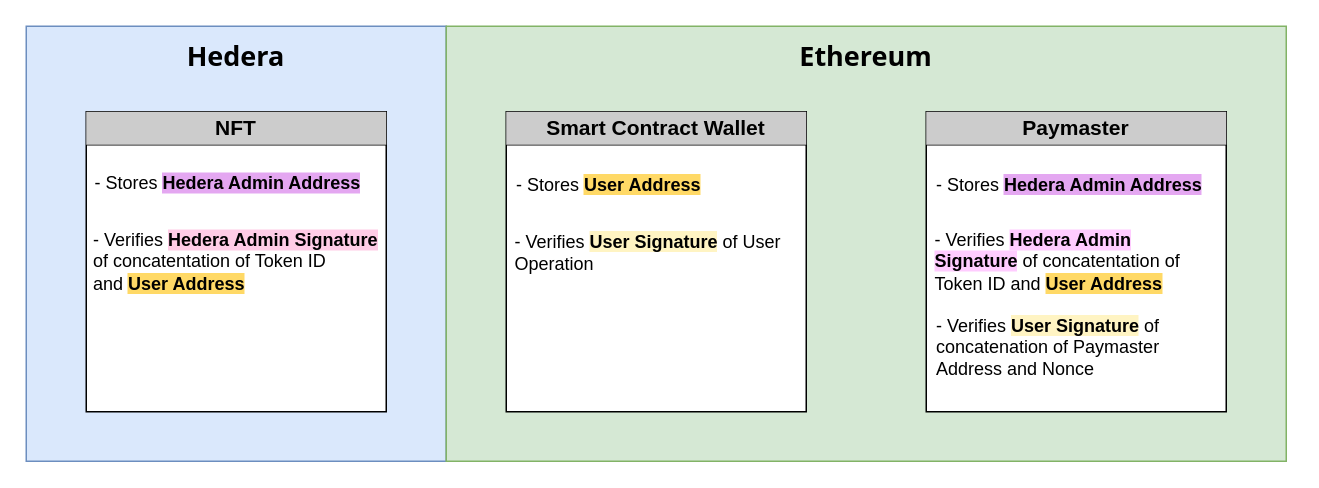
FlyGuy352/CrossChainNFTPaymaster keeps this draw.io diagram as assets/Interoperability Diagram.drawio. Above is the earlier version. Source tidied: cells renumbered, new cells numbered last; positions are measured from the earlier drawing's top-left corner, leaving out a move shared by most shapes. Both pictures are drawn from the tidied source at 150%, with x=0, y=0 at pixel (26, 26).
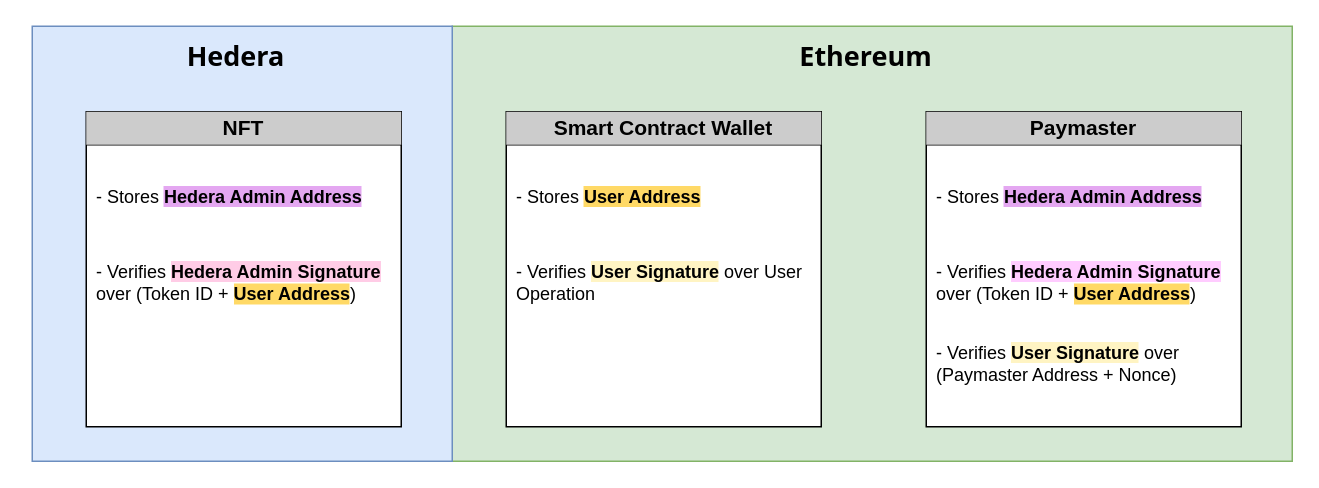
Above is the later version.

Commit message (it also covers changes not shown here):
diagram improvement

Diff of the diagram source:
```diff
@@
+    <mxCell id="3" style="rounded=0;whiteSpace=wrap;html=1;fillColor=#d5e8d4;strokeColor=#82b366;" parent="1" vertex="1">
+      <mxGeometry x="284" width="560" height="290" as="geometry" />
+    </mxCell>
     <mxCell id="2" style="rounded=0;whiteSpace=wrap;html=1;fillColor=#dae8fc;strokeColor=#6c8ebf;" parent="1" vertex="1">
-      <mxGeometry width="280" height="290" as="geometry" />
+      <mxGeometry x="4" width="280" height="290" as="geometry" />
     </mxCell>
-    <mxCell id="3" style="rounded=0;whiteSpace=wrap;html=1;fillColor=#d5e8d4;strokeColor=#82b366;" parent="1" vertex="1">
-      <mxGeometry x="280" width="560" height="290" as="geometry" />
-    </mxCell>
@@
-    <mxCell id="6" style="group;" parent="1" vertex="1">
-      <mxGeometry x="40" y="57" width="200" height="200" as="geometry" />
-    </mxCell>
-    <mxCell id="7" style="group;" parent="6" vertex="1">
-      <mxGeometry width="200" height="200" as="geometry" />
-    </mxCell>
-    <mxCell id="8" style="whiteSpace=wrap;html=1;" parent="7" vertex="1">
-      <mxGeometry width="200" height="200" as="geometry" />
-    </mxCell>
-    <mxCell id="9" style="endArrow=none;html=1;rounded=0;" parent="7" edge="1">
-      <mxGeometry relative="1" as="geometry">
-        <mxPoint y="22" as="sourcePoint" />
-        <mxPoint x="200" y="22" as="targetPoint" />
-      </mxGeometry>
-    </mxCell>
-    <mxCell id="10" value="- Stores &lt;b style=&quot;background-color: light-dark(rgb(228, 167, 241), rgb(228, 167, 241));&quot;&gt;Hedera Admin Address&lt;/b&gt;" style="text;html=1;whiteSpace=wrap;strokeColor=none;fillColor=none;align=left;verticalAlign=middle;rounded=0;" parent="7" vertex="1">
-      <mxGeometry x="4" y="33" width="200" height="30" as="geometry" />
-    </mxCell>
-    <mxCell id="11" value="- Verifies &lt;b style=&quot;background-color: rgb(255, 204, 230);&quot;&gt;Hedera Admin Signature&lt;/b&gt; of concatentation of Token ID and&amp;nbsp;&lt;b style=&quot;background-color: rgb(255, 217, 102);&quot;&gt;User Address&lt;/b&gt;" style="text;html=1;whiteSpace=wrap;strokeColor=none;fillColor=none;align=left;verticalAlign=middle;rounded=0;" parent="7" vertex="1">
-      <mxGeometry x="3" y="85" width="197" height="30" as="geometry" />
-    </mxCell>
-    <mxCell id="12" value="&lt;b&gt;&lt;font style=&quot;font-size: 14px;&quot;&gt;NFT&lt;/font&gt;&lt;/b&gt;" style="text;html=1;whiteSpace=wrap;strokeColor=none;fillColor=#CCCCCC;align=center;verticalAlign=middle;rounded=0;" parent="6" vertex="1">
-      <mxGeometry width="200" height="22" as="geometry" />
-    </mxCell>
-    <mxCell id="13" style="group;" parent="1" vertex="1">
-      <mxGeometry x="600" y="57" width="205" height="200" as="geometry" />
-    </mxCell>
-    <mxCell id="14" style="group;" parent="13" vertex="1">
-      <mxGeometry width="205" height="200" as="geometry" />
+    <mxCell id="14" style="group;" parent="1" vertex="1">
+      <mxGeometry x="600" y="57" width="240" height="233" as="geometry" />
     </mxCell>
     <mxCell id="15" style="whiteSpace=wrap;html=1;" parent="14" vertex="1">
-      <mxGeometry width="200" height="200" as="geometry" />
+      <mxGeometry width="210" height="210" as="geometry" />
     </mxCell>
     <mxCell id="16" style="endArrow=none;html=1;rounded=0;" parent="14" edge="1">
       <mxGeometry relative="1" as="geometry">
         <mxPoint y="22" as="sourcePoint" />
-        <mxPoint x="200" y="22" as="targetPoint" />
+        <mxPoint x="210" y="22" as="targetPoint" />
       </mxGeometry>
     </mxCell>
     <mxCell id="17" value="- Stores &lt;b style=&quot;background-color: rgb(228, 167, 241);&quot;&gt;Hedera Admin Address&lt;/b&gt;" style="text;html=1;whiteSpace=wrap;strokeColor=none;fillColor=none;align=left;verticalAlign=middle;rounded=0;" parent="14" vertex="1">
-      <mxGeometry x="5" y="34" width="200" height="30" as="geometry" />
+      <mxGeometry x="5" y="43" width="210" height="27" as="geometry" />
     </mxCell>
-    <mxCell id="18" value="- Verifies&amp;nbsp;&lt;span style=&quot;background-color: rgb(255, 204, 255);&quot;&gt;&lt;b&gt;Hedera Admin Signa&lt;/b&gt;&lt;b&gt;tur&lt;/b&gt;&lt;b&gt;e&lt;/b&gt;&lt;/span&gt;&amp;nbsp;of concatentation of Token ID and&amp;nbsp;&lt;span style=&quot;background-color: rgb(255, 217, 102);&quot;&gt;&lt;b&gt;User Address&lt;/b&gt;&lt;/span&gt;" style="text;html=1;whiteSpace=wrap;strokeColor=none;fillColor=none;align=left;verticalAlign=middle;rounded=0;" parent="14" vertex="1">
-      <mxGeometry x="4" y="85" width="186" height="30" as="geometry" />
+    <mxCell id="18" value="- Verifies&amp;nbsp;&lt;span style=&quot;background-color: rgb(255, 204, 255);&quot;&gt;&lt;b&gt;Hedera Admin Signa&lt;/b&gt;&lt;b&gt;tur&lt;/b&gt;&lt;b&gt;e&lt;/b&gt;&lt;/span&gt;&amp;nbsp;&lt;div&gt;over (Token ID +&amp;nbsp;&lt;b style=&quot;background-color: rgb(255, 217, 102);&quot;&gt;User Address&lt;/b&gt;)&lt;/div&gt;" style="text;html=1;whiteSpace=wrap;strokeColor=none;fillColor=none;align=left;verticalAlign=middle;rounded=0;" parent="14" vertex="1">
+      <mxGeometry x="5" y="99" width="210" height="30" as="geometry" />
     </mxCell>
-    <mxCell id="19" value="- Verifies&amp;nbsp;&lt;b style=&quot;background-color: rgb(255, 244, 195);&quot;&gt;User Signature&lt;/b&gt;&amp;nbsp;of concatenation of Paymaster Address and Nonce" style="text;html=1;whiteSpace=wrap;strokeColor=none;fillColor=none;align=left;verticalAlign=middle;rounded=0;" parent="14" vertex="1">
-      <mxGeometry x="5" y="142" width="195" height="30" as="geometry" />
+    <mxCell id="19" value="- Verifies&amp;nbsp;&lt;b style=&quot;background-color: rgb(255, 244, 195);&quot;&gt;User Signature&lt;/b&gt;&amp;nbsp;over (Paymaster Address + Nonce)" style="text;html=1;whiteSpace=wrap;strokeColor=none;fillColor=none;align=left;verticalAlign=middle;rounded=0;" parent="14" vertex="1">
+      <mxGeometry x="5" y="153" width="210" height="30" as="geometry" />
     </mxCell>
-    <mxCell id="20" value="&lt;b&gt;&lt;font style=&quot;font-size: 14px;&quot;&gt;Paymaster&lt;/font&gt;&lt;/b&gt;" style="text;html=1;whiteSpace=wrap;strokeColor=none;fillColor=#CCCCCC;align=center;verticalAlign=middle;rounded=0;" parent="13" vertex="1">
-      <mxGeometry width="200" height="22" as="geometry" />
+    <mxCell id="20" value="&lt;b&gt;&lt;font style=&quot;font-size: 14px;&quot;&gt;Paymaster&lt;/font&gt;&lt;/b&gt;" style="text;html=1;whiteSpace=wrap;strokeColor=none;fillColor=#CCCCCC;align=center;verticalAlign=middle;rounded=0;" parent="14" vertex="1">
+      <mxGeometry width="210" height="22" as="geometry" />
     </mxCell>
-    <mxCell id="21" style="group;" parent="1" vertex="1">
-      <mxGeometry x="320" y="57" width="201" height="200" as="geometry" />
-    </mxCell>
-    <mxCell id="22" style="whiteSpace=wrap;html=1;" parent="21" vertex="1">
-      <mxGeometry width="200" height="200" as="geometry" />
-    </mxCell>
-    <mxCell id="23" style="endArrow=none;html=1;rounded=0;" parent="21" edge="1">
-      <mxGeometry relative="1" as="geometry">
-        <mxPoint y="22" as="sourcePoint" />
-        <mxPoint x="200" y="22" as="targetPoint" />
-      </mxGeometry>
-    </mxCell>
+    <mxCell id="27" style="group;" parent="1" vertex="1">
+      <mxGeometry x="320" y="57" width="220" height="210" as="geometry" />
+    </mxCell>
+    <mxCell id="28" style="whiteSpace=wrap;html=1;" parent="27" vertex="1">
+      <mxGeometry width="210" height="210" as="geometry" />
+    </mxCell>
+    <mxCell id="29" style="endArrow=none;html=1;rounded=0;" parent="27" edge="1">
+      <mxGeometry relative="1" as="geometry">
+        <mxPoint y="22" as="sourcePoint" />
+        <mxPoint x="210" y="22" as="targetPoint" />
+      </mxGeometry>
+    </mxCell>
+    <mxCell id="25" value="- Stores&amp;nbsp;&lt;b style=&quot;background-color: rgb(255, 217, 102);&quot;&gt;User Address&lt;/b&gt;" style="text;html=1;whiteSpace=wrap;strokeColor=none;fillColor=none;align=left;verticalAlign=middle;rounded=0;" parent="27" vertex="1">
+      <mxGeometry x="5" y="43" width="210" height="27" as="geometry" />
+    </mxCell>
+    <mxCell id="30" value="- Verifies&amp;nbsp;&lt;b style=&quot;background-color: rgb(255, 244, 195);&quot;&gt;User Signature&lt;/b&gt;&amp;nbsp;over User Operation" style="text;html=1;whiteSpace=wrap;strokeColor=none;fillColor=none;align=left;verticalAlign=middle;rounded=0;" parent="27" vertex="1">
+      <mxGeometry x="5" y="99" width="210" height="30" as="geometry" />
+    </mxCell>
-    <mxCell id="24" value="&lt;b&gt;&lt;font style=&quot;font-size: 14px;&quot;&gt;Smart Contract Wallet&lt;/font&gt;&lt;/b&gt;" style="text;html=1;whiteSpace=wrap;strokeColor=none;fillColor=#CCCCCC;align=center;verticalAlign=middle;rounded=0;" parent="21" vertex="1">
-      <mxGeometry width="200" height="22" as="geometry" />
+    <mxCell id="24" value="&lt;b&gt;&lt;font style=&quot;font-size: 14px;&quot;&gt;Smart Contract Wallet&lt;/font&gt;&lt;/b&gt;" style="text;html=1;whiteSpace=wrap;strokeColor=none;fillColor=#CCCCCC;align=center;verticalAlign=middle;rounded=0;" parent="27" vertex="1">
+      <mxGeometry width="210" height="22" as="geometry" />
     </mxCell>
-    <mxCell id="25" value="- Stores &lt;b style=&quot;background-color: rgb(255, 217, 102);&quot;&gt;User Address&lt;/b&gt;" style="text;html=1;whiteSpace=wrap;strokeColor=none;fillColor=none;align=left;verticalAlign=middle;rounded=0;" parent="21" vertex="1">
-      <mxGeometry x="5" y="34" width="200" height="30" as="geometry" />
-    </mxCell>
-    <mxCell id="26" value="- Verifies &lt;b style=&quot;background-color: rgb(255, 244, 195);&quot;&gt;User Signature&lt;/b&gt; of User Operation" style="text;html=1;whiteSpace=wrap;strokeColor=none;fillColor=none;align=left;verticalAlign=middle;rounded=0;" parent="21" vertex="1">
-      <mxGeometry x="4" y="79" width="200" height="30" as="geometry" />
-    </mxCell>
+    <mxCell id="31" style="group;" parent="1" vertex="1">
+      <mxGeometry x="40" y="57" width="220" height="210" as="geometry" />
+    </mxCell>
+    <mxCell id="32" style="whiteSpace=wrap;html=1;" parent="31" vertex="1">
+      <mxGeometry width="210" height="210" as="geometry" />
+    </mxCell>
+    <mxCell id="33" style="endArrow=none;html=1;rounded=0;" parent="31" edge="1">
+      <mxGeometry relative="1" as="geometry">
+        <mxPoint y="22" as="sourcePoint" />
+        <mxPoint x="210" y="22" as="targetPoint" />
+      </mxGeometry>
+    </mxCell>
+    <mxCell id="10" value="- Stores&amp;nbsp;&lt;b style=&quot;background-color: light-dark(rgb(228, 167, 241), rgb(228, 167, 241));&quot;&gt;Hedera Admin Address&lt;/b&gt;" style="text;html=1;whiteSpace=wrap;strokeColor=none;fillColor=none;align=left;verticalAlign=middle;rounded=0;" parent="31" vertex="1">
+      <mxGeometry x="5" y="43" width="210" height="27" as="geometry" />
+    </mxCell>
+    <mxCell id="34" value="- Verifies&amp;nbsp;&lt;b style=&quot;background-color: rgb(255, 204, 230);&quot;&gt;Hedera Admin Signature&lt;/b&gt;&amp;nbsp;&lt;div&gt;over (Token ID +&amp;nbsp;&lt;b style=&quot;background-color: rgb(255, 217, 102);&quot;&gt;User Address&lt;/b&gt;)&lt;/div&gt;" style="text;html=1;whiteSpace=wrap;strokeColor=none;fillColor=none;align=left;verticalAlign=middle;rounded=0;" parent="31" vertex="1">
+      <mxGeometry x="5" y="99" width="210" height="30" as="geometry" />
+    </mxCell>
+    <mxCell id="12" value="&lt;b&gt;&lt;font style=&quot;font-size: 14px;&quot;&gt;NFT&lt;/font&gt;&lt;/b&gt;" style="text;html=1;whiteSpace=wrap;strokeColor=none;fillColor=#CCCCCC;align=center;verticalAlign=middle;rounded=0;" parent="31" vertex="1">
+      <mxGeometry width="210" height="22" as="geometry" />
+    </mxCell>
```
